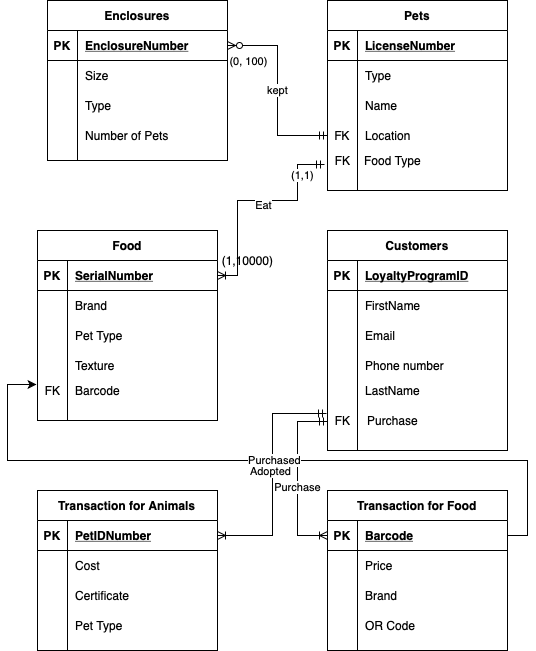
The draw.io diagram images/PetShop.png in lqr5252/Lab-1, before a commit. Source tidied: cells renumbered, new cells last; positions are measured from the earlier drawing's top-left corner, leaving out a move shared by most shapes.
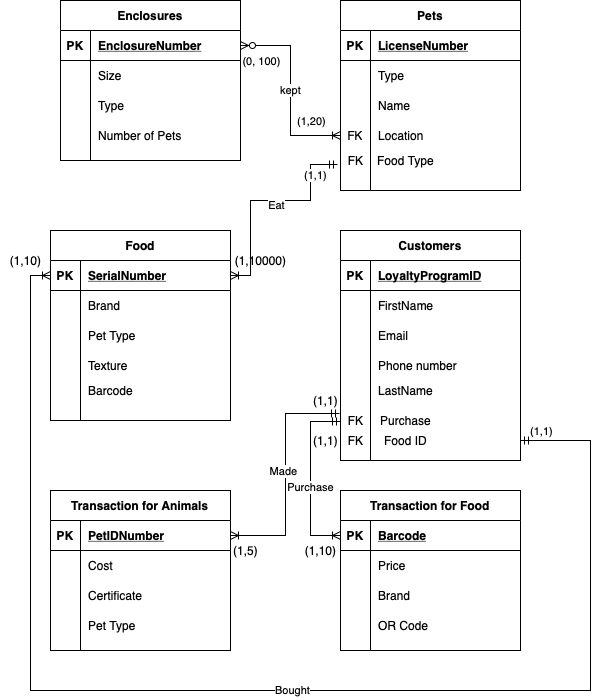
Above is the later version.

What changed in the source:
```diff
@@ -158,7 +158,7 @@
     <mxCell id="53" value="Number of Pets" style="shape=partialRectangle;fillColor=none;top=0;left=0;bottom=0;right=0;align=left;spacingLeft=6;overflow=hidden;" parent="51" vertex="1">
       <mxGeometry x="30" width="150" height="30" as="geometry" />
     </mxCell>
-    <mxCell id="54" value="kept" style="edgeStyle=orthogonalEdgeStyle;rounded=0;jettySize=auto;html=1;exitX=1;exitY=0.5;exitDx=0;exitDy=0;entryX=0;entryY=0.5;entryDx=0;entryDy=0;startArrow=ERzeroToMany;startFill=1;endArrow=ERmandOne;endFill=0;" parent="1" edge="1" source="42" target="38">
+    <mxCell id="54" value="kept" style="edgeStyle=orthogonalEdgeStyle;rounded=0;jettySize=auto;html=1;exitX=1;exitY=0.5;exitDx=0;exitDy=0;entryX=0;entryY=0.5;entryDx=0;entryDy=0;startArrow=ERzeroToMany;startFill=1;endArrow=ERoneToMany;endFill=0;" parent="1" edge="1" source="42" target="38">
       <mxGeometry relative="1" as="geometry" />
     </mxCell>
     <mxCell id="55" value="(0, 100)" style="edgeLabel;html=1;align=center;verticalAlign=middle;" parent="54" vertex="1">
@@ -166,6 +166,11 @@
         <mxPoint x="-1" y="11" as="offset" />
       </mxGeometry>
     </mxCell>
+    <mxCell id="99" value="(1,20)" style="edgeLabel;html=1;align=center;verticalAlign=middle;" parent="54" vertex="1">
+      <mxGeometry x="0.89" y="2" relative="1" as="geometry">
+        <mxPoint x="-20" y="-13" as="offset" />
+      </mxGeometry>
+    </mxCell>
     <mxCell id="56" value="Food" style="shape=table;startSize=30;rowLines=0;fontStyle=1;align=center;" parent="1" vertex="1">
       <mxGeometry x="30" y="230" width="180" height="190" as="geometry" />
     </mxCell>
@@ -233,8 +238,28 @@
     <mxCell id="75" value="(1,10000)" style="text;html=1;align=center;verticalAlign=middle;" parent="1" vertex="1">
       <mxGeometry x="205" y="250" width="70" height="20" as="geometry" />
     </mxCell>
+    <mxCell id="100" style="edgeStyle=orthogonalEdgeStyle;rounded=0;jettySize=auto;html=1;entryX=0;entryY=0.5;entryDx=0;entryDy=0;endArrow=ERoneToMany;endFill=0;startArrow=ERmandOne;startFill=0;" parent="1" edge="1" target="57">
+      <mxGeometry relative="1" as="geometry">
+        <mxPoint x="500" y="440" as="sourcePoint" />
+        <Array as="points">
+          <mxPoint x="500" y="440" />
+          <mxPoint x="570" y="440" />
+          <mxPoint x="570" y="690" />
+          <mxPoint x="10" y="690" />
+          <mxPoint x="10" y="275" />
+        </Array>
+      </mxGeometry>
+    </mxCell>
+    <mxCell id="101" value="Bought" style="edgeLabel;html=1;align=center;verticalAlign=middle;" parent="100" vertex="1">
+      <mxGeometry x="-0.06" y="-1" relative="1" as="geometry" />
+    </mxCell>
+    <mxCell id="102" value="(1,1)" style="edgeLabel;html=1;align=center;verticalAlign=middle;" parent="100" vertex="1">
+      <mxGeometry x="-0.98" y="2" relative="1" as="geometry">
+        <mxPoint x="7" y="-8" as="offset" />
+      </mxGeometry>
+    </mxCell>
     <mxCell id="76" value="Customers" style="shape=table;startSize=30;rowLines=0;fontStyle=1;align=center;" parent="1" vertex="1">
-      <mxGeometry x="320" y="230" width="180" height="220" as="geometry" />
+      <mxGeometry x="320" y="230" width="180" height="230" as="geometry" />
     </mxCell>
     <mxCell id="77" style="shape=partialRectangle;fillColor=none;top=0;left=0;bottom=1;right=0;" parent="76" vertex="1">
       <mxGeometry y="30" width="180" height="30" as="geometry" />
@@ -292,7 +317,7 @@
     <mxCell id="93" style="edgeStyle=orthogonalEdgeStyle;rounded=0;jettySize=auto;html=1;exitX=1;exitY=0.5;exitDx=0;exitDy=0;entryX=-0.033;entryY=0.15;entryDx=0;entryDy=0;entryPerimeter=0;startArrow=ERoneToMany;startFill=0;endArrow=ERmandOne;endFill=0;" parent="1" edge="1" source="3" target="90">
       <mxGeometry relative="1" as="geometry" />
     </mxCell>
-    <mxCell id="94" value="Adopted" style="edgeLabel;html=1;align=center;verticalAlign=middle;" parent="93" vertex="1">
+    <mxCell id="94" value="Made" style="edgeLabel;html=1;align=center;verticalAlign=middle;" parent="93" vertex="1">
       <mxGeometry x="0.13" y="3" relative="1" as="geometry">
         <mxPoint y="11" as="offset" />
       </mxGeometry>
@@ -300,21 +325,26 @@
     <mxCell id="95" value="Barcode" style="text;html=1;align=center;verticalAlign=middle;" parent="1" vertex="1">
       <mxGeometry x="60" y="380" width="60" height="20" as="geometry" />
     </mxCell>
+    <mxCell id="103" value="(1,1)" style="text;html=1;align=center;verticalAlign=middle;" parent="1" vertex="1">
+      <mxGeometry x="285" y="390" width="40" height="20" as="geometry" />
+    </mxCell>
+    <mxCell id="104" value="(1,1)" style="text;html=1;align=center;verticalAlign=middle;" parent="1" vertex="1">
+      <mxGeometry x="285" y="430" width="40" height="20" as="geometry" />
+    </mxCell>
+    <mxCell id="105" value="(1,5)" style="text;html=1;align=center;verticalAlign=middle;" parent="1" vertex="1">
+      <mxGeometry x="205" y="540" width="40" height="20" as="geometry" />
+    </mxCell>
+    <mxCell id="106" value="(1,10)" style="text;html=1;align=center;verticalAlign=middle;" parent="1" vertex="1">
+      <mxGeometry x="275" y="540" width="50" height="20" as="geometry" />
+    </mxCell>
+    <mxCell id="107" value="Food ID" style="text;html=1;align=center;verticalAlign=middle;" parent="1" vertex="1">
+      <mxGeometry x="355" y="430" width="60" height="20" as="geometry" />
+    </mxCell>
     <mxCell id="96" value="FK" style="text;html=1;align=center;verticalAlign=middle;points=[];" parent="1" vertex="1">
-      <mxGeometry x="30" y="380" width="30" height="20" as="geometry" />
+      <mxGeometry x="320" y="430" width="30" height="20" as="geometry" />
     </mxCell>
-    <mxCell id="97" style="edgeStyle=orthogonalEdgeStyle;rounded=0;jettySize=auto;html=1;exitX=1;exitY=0.5;exitDx=0;exitDy=0;entryX=-0.033;entryY=0.2;entryDx=0;entryDy=0;entryPerimeter=0;" parent="1" edge="1" source="16" target="96">
-      <mxGeometry relative="1" as="geometry">
-        <Array as="points">
-          <mxPoint x="520" y="535" />
-          <mxPoint x="520" y="460" />
-          <mxPoint y="460" />
-          <mxPoint y="384" />
-        </Array>
-      </mxGeometry>
-    </mxCell>
-    <mxCell id="98" value="Purchased" style="edgeLabel;html=1;align=center;verticalAlign=middle;" parent="97" vertex="1">
-      <mxGeometry x="-0.03" y="-1" relative="1" as="geometry" />
-    </mxCell>
+    <mxCell id="108" value="(1,10)" style="text;html=1;align=center;verticalAlign=middle;" parent="1" vertex="1">
+      <mxGeometry x="-20" y="250" width="50" height="20" as="geometry" />
+    </mxCell>
   </root>
 </mxGraphModel>
```
